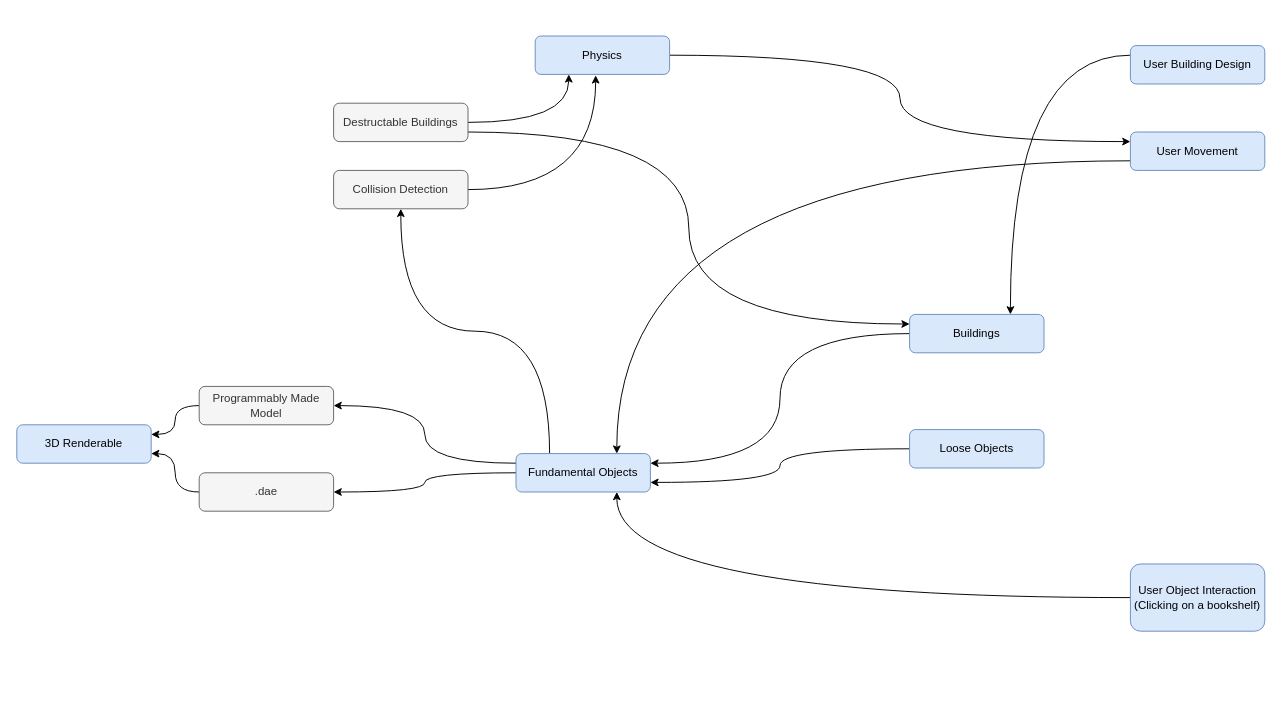
Before: fobject.drawio in jsarasin/zombie_diagram, a draw.io diagram. Source tidied: cells renumbered, new cells numbered last; positions are measured from the earlier drawing's top-left corner, leaving out a move shared by most shapes. Both pictures are drawn from the tidied source at 96%, with x=0, y=0 at pixel (16, 36).
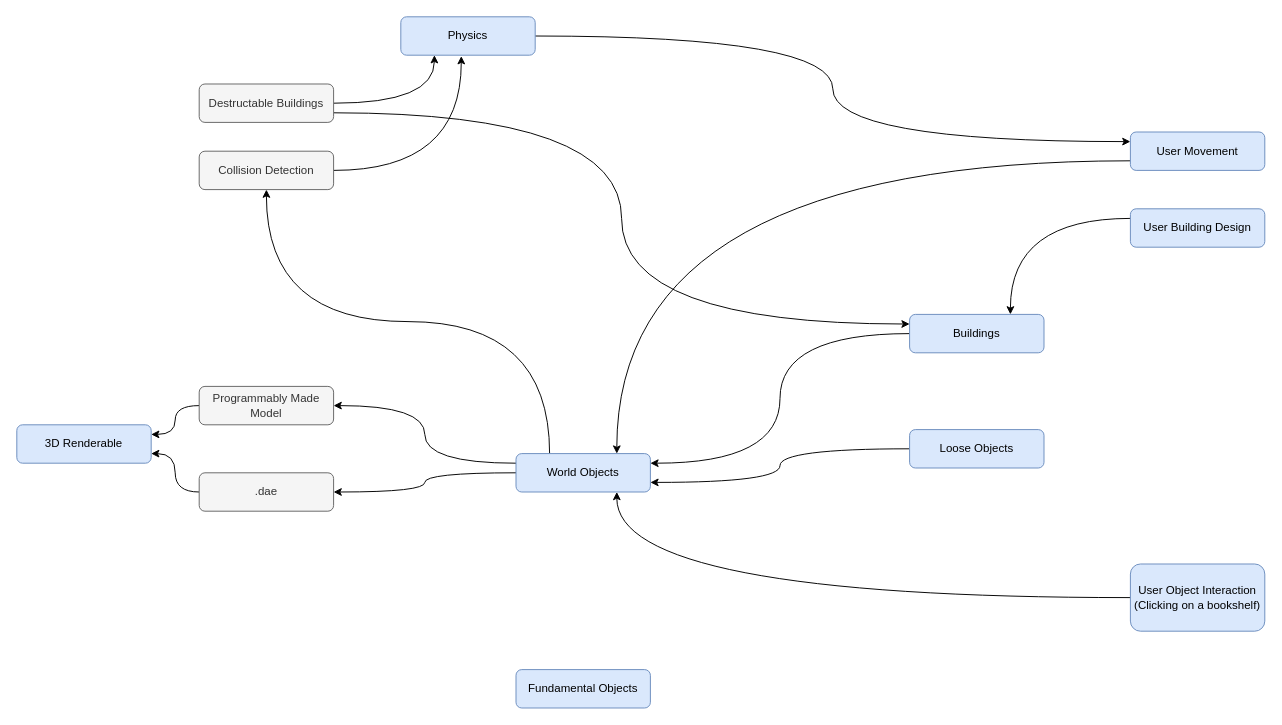
The same diagram, later.

Change to the diagram source:
```diff
@@
     <mxCell id="3" value="Physics" style="rounded=1;whiteSpace=wrap;html=1;fillColor=#dae8fc;strokeColor=#6c8ebf;" parent="1" vertex="1">
-      <mxGeometry x="540" width="140" height="40" as="geometry" />
+      <mxGeometry x="400" y="-20" width="140" height="40" as="geometry" />
     </mxCell>
@@
     <mxCell id="6" value="Destructable Buildings" style="rounded=1;whiteSpace=wrap;html=1;fillColor=#f5f5f5;strokeColor=#666666;fontColor=#333333;" parent="1" vertex="1">
-      <mxGeometry x="330" y="70" width="140" height="40" as="geometry" />
+      <mxGeometry x="190" y="50" width="140" height="40" as="geometry" />
     </mxCell>
@@
     <mxCell id="8" value="Collision Detection" style="rounded=1;whiteSpace=wrap;html=1;fillColor=#f5f5f5;strokeColor=#666666;fontColor=#333333;" parent="1" vertex="1">
-      <mxGeometry x="330" y="140" width="140" height="40" as="geometry" />
+      <mxGeometry x="190" y="120" width="140" height="40" as="geometry" />
     </mxCell>
@@
     <mxCell id="10" value="User Building Design" style="rounded=1;whiteSpace=wrap;html=1;fillColor=#dae8fc;strokeColor=#6c8ebf;" parent="1" vertex="1">
-      <mxGeometry x="1160" y="10" width="140" height="40" as="geometry" />
+      <mxGeometry x="1160" y="180" width="140" height="40" as="geometry" />
     </mxCell>
@@
-    <mxCell id="22" value="Fundamental Objects" style="rounded=1;whiteSpace=wrap;html=1;fillColor=#dae8fc;strokeColor=#6c8ebf;" parent="1" vertex="1">
+    <mxCell id="22" value="World Objects" style="rounded=1;whiteSpace=wrap;html=1;fillColor=#dae8fc;strokeColor=#6c8ebf;" parent="1" vertex="1">
       <mxGeometry x="520" y="435" width="140" height="40" as="geometry" />
     </mxCell>
@@
+    <mxCell id="28" value="Fundamental Objects" style="rounded=1;whiteSpace=wrap;html=1;fillColor=#dae8fc;strokeColor=#6c8ebf;" parent="1" vertex="1">
+      <mxGeometry x="520" y="660" width="140" height="40" as="geometry" />
+    </mxCell>
```
